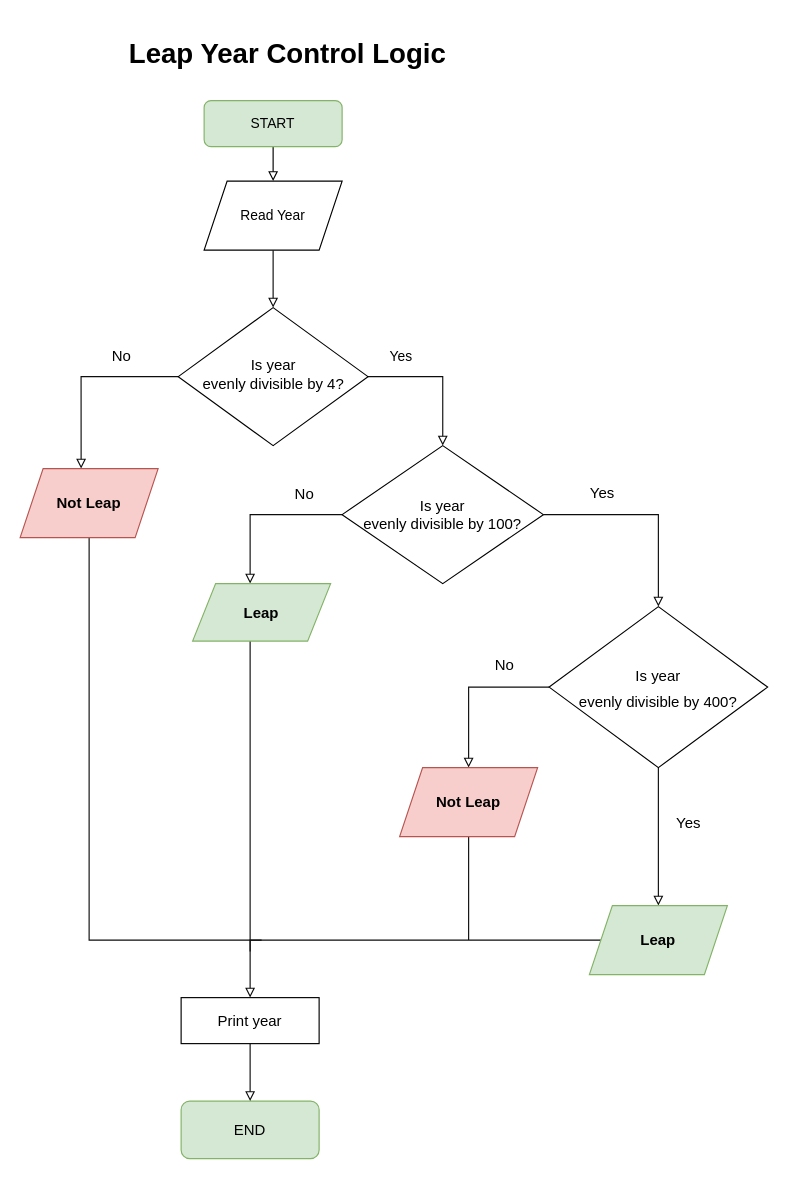
Before: leapyearlogic.drawio in PatProMath/day-3-exercises, a draw.io diagram. Source tidied: cells renumbered, new cells numbered last; positions are measured from the earlier drawing's top-left corner, leaving out a move shared by most shapes. Both pictures are drawn from the tidied source at 115%, with x=0, y=0 at pixel (20, 31).
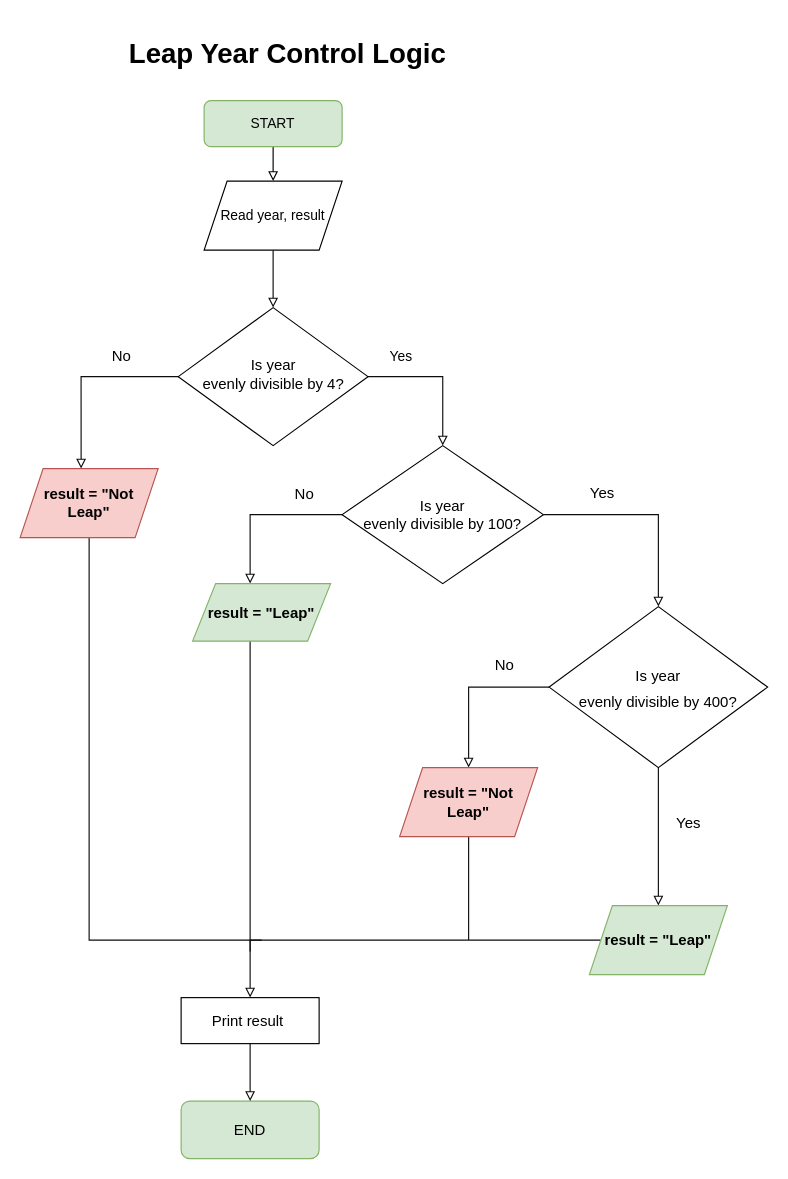
The same diagram, later.

What changed in the source:
```diff
@@
-    <mxCell id="11" value="Read Year" style="shape=parallelogram;perimeter=parallelogramPerimeter;whiteSpace=wrap;html=1;fixedSize=1;" parent="1" vertex="1">
+    <mxCell id="11" value="Read year, result" style="shape=parallelogram;perimeter=parallelogramPerimeter;whiteSpace=wrap;html=1;fixedSize=1;" parent="1" vertex="1">
       <mxGeometry x="160" y="130" width="120" height="60" as="geometry" />
     </mxCell>
@@
-    <mxCell id="23" value="&lt;b style=&quot;border-color: var(--border-color);&quot;&gt;Not Leap&lt;/b&gt;" style="shape=parallelogram;perimeter=parallelogramPerimeter;whiteSpace=wrap;html=1;fixedSize=1;fontSize=13;fillColor=#f8cecc;strokeColor=#b85450;" parent="1" vertex="1">
+    <mxCell id="23" value="&lt;b style=&quot;border-color: var(--border-color);&quot;&gt;result = &quot;Not Leap&quot;&lt;/b&gt;" style="shape=parallelogram;perimeter=parallelogramPerimeter;whiteSpace=wrap;html=1;fixedSize=1;fontSize=13;fillColor=#f8cecc;strokeColor=#b85450;" parent="1" vertex="1">
       <mxGeometry y="380" width="120" height="60" as="geometry" />
     </mxCell>
@@
-    <mxCell id="25" value="&lt;b&gt;Leap&lt;/b&gt;" style="shape=parallelogram;perimeter=parallelogramPerimeter;whiteSpace=wrap;html=1;fixedSize=1;fontSize=13;fillColor=#d5e8d4;strokeColor=#82b366;" parent="1" vertex="1">
+    <mxCell id="25" value="&lt;b&gt;result = &quot;Leap&quot;&lt;/b&gt;" style="shape=parallelogram;perimeter=parallelogramPerimeter;whiteSpace=wrap;html=1;fixedSize=1;fontSize=13;fillColor=#d5e8d4;strokeColor=#82b366;" parent="1" vertex="1">
       <mxGeometry x="150" y="480" width="120" height="50" as="geometry" />
     </mxCell>
@@
-    <mxCell id="27" value="&lt;b&gt;Not Leap&lt;/b&gt;" style="shape=parallelogram;perimeter=parallelogramPerimeter;whiteSpace=wrap;html=1;fixedSize=1;fontSize=13;fillColor=#f8cecc;strokeColor=#b85450;" parent="1" vertex="1">
+    <mxCell id="27" value="&lt;b&gt;result = &quot;Not Leap&quot;&lt;/b&gt;" style="shape=parallelogram;perimeter=parallelogramPerimeter;whiteSpace=wrap;html=1;fixedSize=1;fontSize=13;fillColor=#f8cecc;strokeColor=#b85450;" parent="1" vertex="1">
       <mxGeometry x="330" y="640" width="120" height="60" as="geometry" />
     </mxCell>
@@
-    <mxCell id="29" value="&lt;b&gt;Leap&lt;/b&gt;" style="shape=parallelogram;perimeter=parallelogramPerimeter;whiteSpace=wrap;html=1;fixedSize=1;fontSize=13;fillColor=#d5e8d4;strokeColor=#82b366;" parent="1" vertex="1">
+    <mxCell id="29" value="&lt;b&gt;result = &quot;Leap&quot;&lt;/b&gt;" style="shape=parallelogram;perimeter=parallelogramPerimeter;whiteSpace=wrap;html=1;fixedSize=1;fontSize=13;fillColor=#d5e8d4;strokeColor=#82b366;" parent="1" vertex="1">
       <mxGeometry x="495" y="760" width="120" height="60" as="geometry" />
     </mxCell>
@@
-    <mxCell id="32" value="Print year" style="rounded=0;whiteSpace=wrap;html=1;fontSize=13;" parent="1" vertex="1">
+    <mxCell id="32" value="Print result&amp;nbsp;" style="rounded=0;whiteSpace=wrap;html=1;fontSize=13;" parent="1" vertex="1">
       <mxGeometry x="140" y="840" width="120" height="40" as="geometry" />
     </mxCell>
```
